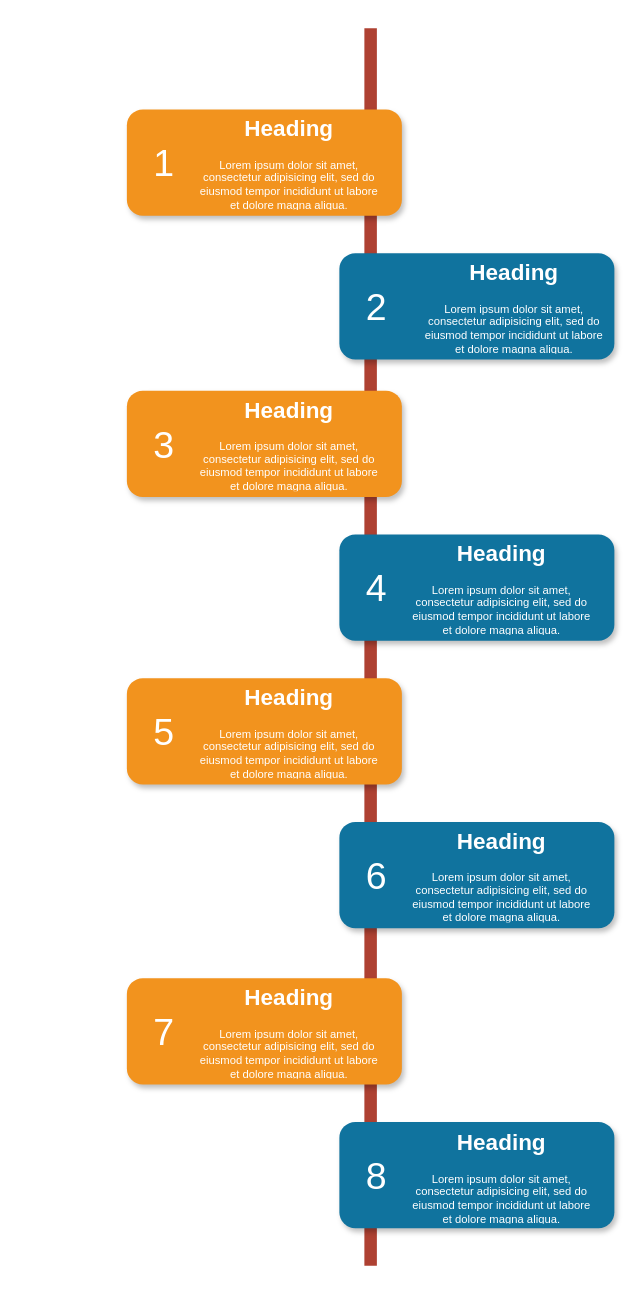
Earlier version of the draw.io diagram Untitled Diagram.drawio (DexArbitrageScript/DeFiArbirage). Source tidied: cells renumbered, new cells numbered last; positions are measured from the earlier drawing's top-left corner, leaving out a move shared by most shapes. Both pictures are drawn from the tidied source at 125%, with x=0, y=0 at pixel (126, 28).
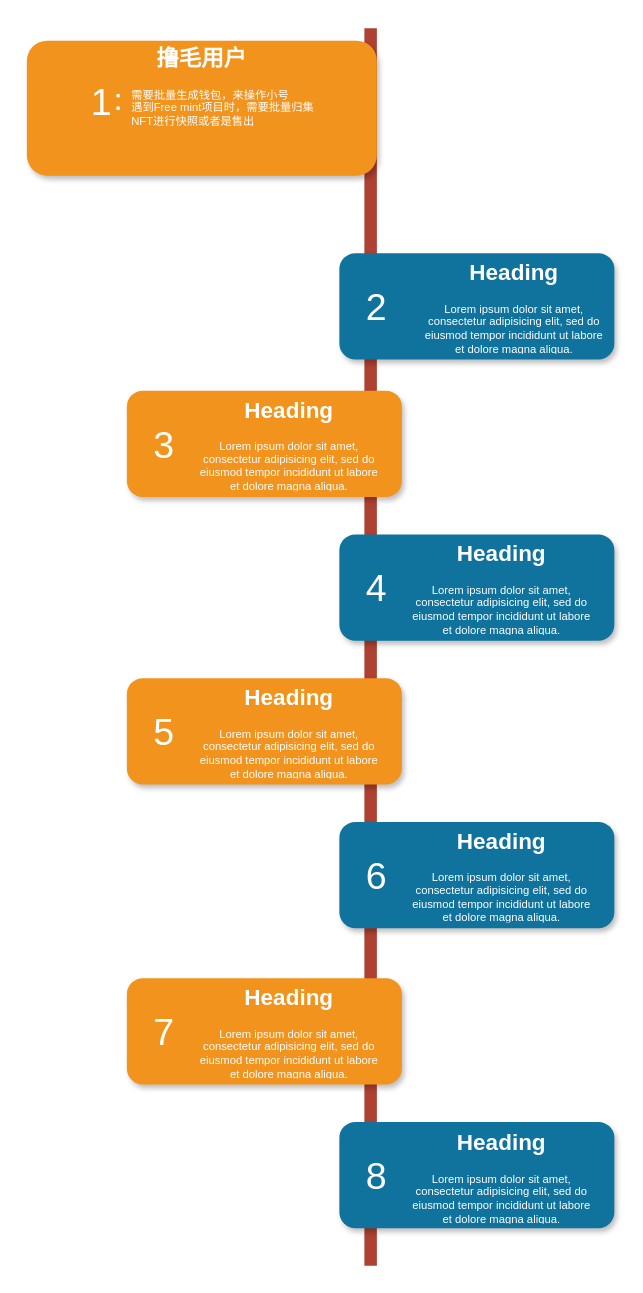
Above is the later version.

Change to the diagram source:
```diff
@@
     <mxCell id="3" style="rounded=1;whiteSpace=wrap;html=1;strokeColor=none;strokeWidth=1;fillColor=#F2931E;fontSize=13;fontColor=#FFFFFF;align=center;gradientColor=none;gradientDirection=east;verticalAlign=top;shadow=1;" parent="1" vertex="1">
-      <mxGeometry y="65" width="220" height="85" as="geometry" />
+      <mxGeometry x="-80" y="10" width="280" height="108" as="geometry" />
     </mxCell>
     <mxCell id="4" value="1" style="text;html=1;strokeColor=none;fillColor=none;align=center;verticalAlign=middle;whiteSpace=wrap;fontSize=30;fontColor=#FFFFFF;" parent="1" vertex="1">
-      <mxGeometry x="10" y="98" width="40" height="20" as="geometry" />
+      <mxGeometry x="-40" y="49" width="40" height="20" as="geometry" />
     </mxCell>
@@
-    <mxCell id="19" value="&lt;h1&gt;Heading&lt;/h1&gt;&lt;p&gt;Lorem ipsum dolor sit amet, consectetur adipisicing elit, sed do eiusmod tempor incididunt ut labore et dolore magna aliqua.&lt;/p&gt;" style="text;html=1;spacing=5;spacingTop=-20;whiteSpace=wrap;overflow=hidden;strokeColor=none;strokeWidth=4;fillColor=none;gradientColor=#007FFF;fontSize=9;fontColor=#FFFFFF;align=center;" parent="1" vertex="1">
-      <mxGeometry x="50" y="69" width="160" height="77" as="geometry" />
+    <mxCell id="19" value="&lt;h1&gt;撸毛用户&lt;/h1&gt;&lt;div&gt;&lt;ul&gt;&lt;li style=&quot;text-align: left;&quot;&gt;&lt;span style=&quot;background-color: initial;&quot;&gt;需要批量生成钱包，来操作小号&lt;/span&gt;&lt;/li&gt;&lt;li style=&quot;text-align: left;&quot;&gt;&lt;span style=&quot;background-color: initial;&quot;&gt;遇到Free mint项目时，需要批量归集NFT进行快照或者是售出&lt;/span&gt;&lt;/li&gt;&lt;/ul&gt;&lt;/div&gt;" style="text;html=1;spacing=5;spacingTop=-20;whiteSpace=wrap;overflow=hidden;strokeColor=none;strokeWidth=4;fillColor=none;gradientColor=#007FFF;fontSize=9;fontColor=#FFFFFF;align=center;" parent="1" vertex="1">
+      <mxGeometry x="-40" y="13" width="200" height="130" as="geometry" />
     </mxCell>
```
